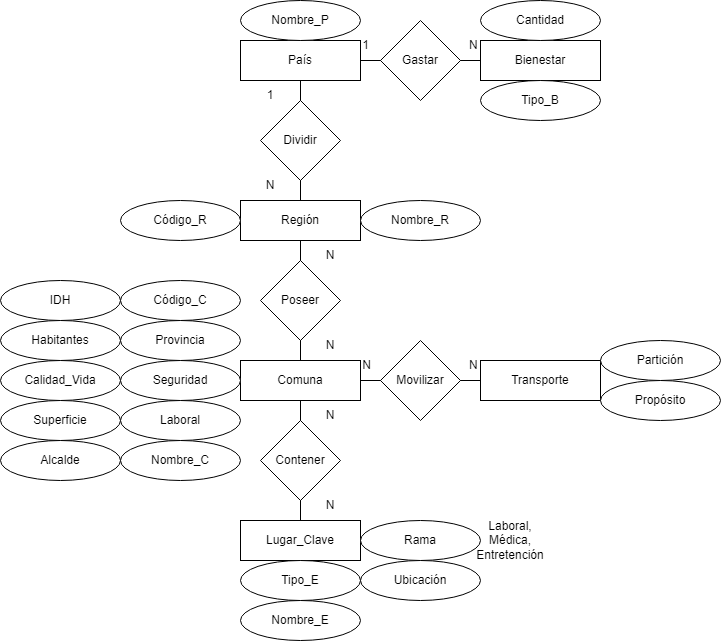
Above: Comunas.png in azurite-12/INFO133-equipo19 (draw.io), before the change. Source tidied: cells renumbered, new cells last; positions are measured from the earlier drawing's top-left corner, leaving out a move shared by most shapes.
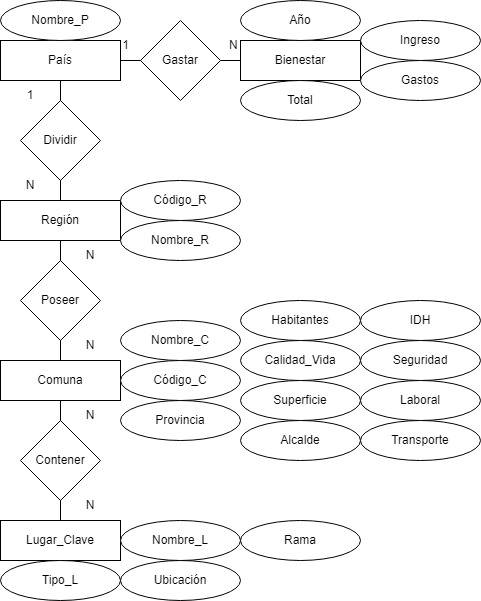
Above is the later version.

Change to the diagram source:
```diff
@@ -5,72 +5,72 @@
     <mxCell id="2" style="rounded=0;whiteSpace=wrap;html=1;" parent="1" vertex="1">
-      <mxGeometry x="240" y="200" width="120" height="40" as="geometry" />
+      <mxGeometry x="80" y="200" width="120" height="40" as="geometry" />
     </mxCell>
     <mxCell id="3" style="rounded=0;whiteSpace=wrap;html=1;" parent="1" vertex="1">
-      <mxGeometry x="240" y="360" width="120" height="40" as="geometry" />
+      <mxGeometry x="80" y="360" width="120" height="40" as="geometry" />
     </mxCell>
     <mxCell id="4" value="Comuna" style="text;html=1;strokeColor=none;fillColor=none;align=center;verticalAlign=middle;whiteSpace=wrap;rounded=0;" parent="1" vertex="1">
-      <mxGeometry x="240" y="360" width="120" height="40" as="geometry" />
+      <mxGeometry x="80" y="360" width="120" height="40" as="geometry" />
     </mxCell>
     <mxCell id="5" style="ellipse;whiteSpace=wrap;html=1;" parent="1" vertex="1">
-      <mxGeometry x="120" y="280" width="120" height="40" as="geometry" />
+      <mxGeometry x="200" y="360" width="120" height="40" as="geometry" />
     </mxCell>
     <mxCell id="6" value="Código_C" style="text;html=1;strokeColor=none;fillColor=none;align=center;verticalAlign=middle;whiteSpace=wrap;rounded=0;" parent="1" vertex="1">
-      <mxGeometry x="120" y="280" width="120" height="40" as="geometry" />
+      <mxGeometry x="200" y="360" width="120" height="40" as="geometry" />
     </mxCell>
     <mxCell id="7" value="Región" style="text;html=1;strokeColor=none;fillColor=none;align=center;verticalAlign=middle;whiteSpace=wrap;rounded=0;" parent="1" vertex="1">
-      <mxGeometry x="240" y="200" width="120" height="40" as="geometry" />
+      <mxGeometry x="80" y="200" width="120" height="40" as="geometry" />
     </mxCell>
     <mxCell id="8" style="ellipse;whiteSpace=wrap;html=1;" parent="1" vertex="1">
-      <mxGeometry x="120" y="320" width="120" height="40" as="geometry" />
+      <mxGeometry x="200" y="400" width="120" height="40" as="geometry" />
     </mxCell>
     <mxCell id="9" value="Provincia" style="text;html=1;strokeColor=none;fillColor=none;align=center;verticalAlign=middle;whiteSpace=wrap;rounded=0;" parent="1" vertex="1">
-      <mxGeometry x="120" y="320" width="120" height="40" as="geometry" />
+      <mxGeometry x="200" y="400" width="120" height="40" as="geometry" />
     </mxCell>
     <mxCell id="10" style="ellipse;whiteSpace=wrap;html=1;" parent="1" vertex="1">
-      <mxGeometry x="120" y="440" width="120" height="40" as="geometry" />
+      <mxGeometry x="200" y="320" width="120" height="40" as="geometry" />
     </mxCell>
     <mxCell id="11" value="Nombre_C" style="text;html=1;strokeColor=none;fillColor=none;align=center;verticalAlign=middle;whiteSpace=wrap;rounded=0;" parent="1" vertex="1">
-      <mxGeometry x="120" y="440" width="120" height="40" as="geometry" />
+      <mxGeometry x="200" y="320" width="120" height="40" as="geometry" />
     </mxCell>
     <mxCell id="12" style="ellipse;whiteSpace=wrap;html=1;" parent="1" vertex="1">
-      <mxGeometry y="400" width="120" height="40" as="geometry" />
+      <mxGeometry x="320" y="380" width="120" height="40" as="geometry" />
     </mxCell>
     <mxCell id="13" value="Superficie" style="text;html=1;strokeColor=none;fillColor=none;align=center;verticalAlign=middle;whiteSpace=wrap;rounded=0;" parent="1" vertex="1">
-      <mxGeometry y="400" width="120" height="40" as="geometry" />
+      <mxGeometry x="320" y="380" width="120" height="40" as="geometry" />
     </mxCell>
     <mxCell id="14" style="ellipse;whiteSpace=wrap;html=1;" parent="1" vertex="1">
-      <mxGeometry y="320" width="120" height="40" as="geometry" />
+      <mxGeometry x="320" y="300" width="120" height="40" as="geometry" />
     </mxCell>
     <mxCell id="15" value="Habitantes" style="text;html=1;strokeColor=none;fillColor=none;align=center;verticalAlign=middle;whiteSpace=wrap;rounded=0;" parent="1" vertex="1">
-      <mxGeometry y="320" width="120" height="40" as="geometry" />
+      <mxGeometry x="320" y="300" width="120" height="40" as="geometry" />
     </mxCell>
     <mxCell id="16" style="ellipse;whiteSpace=wrap;html=1;" parent="1" vertex="1">
-      <mxGeometry y="280" width="120" height="40" as="geometry" />
+      <mxGeometry x="440" y="300" width="120" height="40" as="geometry" />
     </mxCell>
     <mxCell id="17" value="IDH" style="text;html=1;strokeColor=none;fillColor=none;align=center;verticalAlign=middle;whiteSpace=wrap;rounded=0;" parent="1" vertex="1">
-      <mxGeometry y="280" width="120" height="40" as="geometry" />
+      <mxGeometry x="440" y="300" width="120" height="40" as="geometry" />
     </mxCell>
     <mxCell id="18" style="ellipse;whiteSpace=wrap;html=1;" parent="1" vertex="1">
-      <mxGeometry x="360" y="200" width="120" height="40" as="geometry" />
+      <mxGeometry x="200" y="220" width="120" height="40" as="geometry" />
     </mxCell>
     <mxCell id="19" value="Nombre_R" style="text;html=1;strokeColor=none;fillColor=none;align=center;verticalAlign=middle;whiteSpace=wrap;rounded=0;" parent="1" vertex="1">
-      <mxGeometry x="360" y="200" width="120" height="40" as="geometry" />
+      <mxGeometry x="200" y="220" width="120" height="40" as="geometry" />
     </mxCell>
     <mxCell id="20" style="ellipse;whiteSpace=wrap;html=1;" parent="1" vertex="1">
-      <mxGeometry x="120" y="200" width="120" height="40" as="geometry" />
+      <mxGeometry x="200" y="180" width="120" height="40" as="geometry" />
     </mxCell>
     <mxCell id="21" value="Código_R" style="text;html=1;strokeColor=none;fillColor=none;align=center;verticalAlign=middle;whiteSpace=wrap;rounded=0;" parent="1" vertex="1">
-      <mxGeometry x="120" y="200" width="120" height="40" as="geometry" />
+      <mxGeometry x="200" y="180" width="120" height="40" as="geometry" />
     </mxCell>
     <mxCell id="22" style="rounded=0;whiteSpace=wrap;html=1;" parent="1" vertex="1">
-      <mxGeometry x="240" y="40" width="120" height="40" as="geometry" />
+      <mxGeometry x="80" y="40" width="120" height="40" as="geometry" />
     </mxCell>
     <mxCell id="23" value="País" style="text;html=1;strokeColor=none;fillColor=none;align=center;verticalAlign=middle;whiteSpace=wrap;rounded=0;" parent="1" vertex="1">
-      <mxGeometry x="240" y="40" width="120" height="40" as="geometry" />
+      <mxGeometry x="80" y="40" width="120" height="40" as="geometry" />
     </mxCell>
     <mxCell id="24" style="ellipse;whiteSpace=wrap;html=1;" parent="1" vertex="1">
-      <mxGeometry x="240" width="120" height="40" as="geometry" />
+      <mxGeometry x="80" width="120" height="40" as="geometry" />
     </mxCell>
     <mxCell id="25" value="Nombre_P" style="text;html=1;strokeColor=none;fillColor=none;align=center;verticalAlign=middle;whiteSpace=wrap;rounded=0;" parent="1" vertex="1">
-      <mxGeometry x="240" width="120" height="40" as="geometry" />
+      <mxGeometry x="80" width="120" height="40" as="geometry" />
     </mxCell>
@@ -83,45 +83,45 @@
     <mxCell id="28" style="rhombus;whiteSpace=wrap;html=1;" parent="1" vertex="1">
-      <mxGeometry x="260" y="100" width="80" height="80" as="geometry" />
+      <mxGeometry x="100" y="100" width="80" height="80" as="geometry" />
     </mxCell>
     <mxCell id="29" value="Dividir" style="text;html=1;strokeColor=none;fillColor=none;align=center;verticalAlign=middle;whiteSpace=wrap;rounded=0;" parent="1" vertex="1">
-      <mxGeometry x="270" y="125" width="60" height="30" as="geometry" />
+      <mxGeometry x="110" y="125" width="60" height="30" as="geometry" />
     </mxCell>
     <mxCell id="30" style="rhombus;whiteSpace=wrap;html=1;" parent="1" vertex="1">
-      <mxGeometry x="260" y="260" width="80" height="80" as="geometry" />
+      <mxGeometry x="100" y="260" width="80" height="80" as="geometry" />
     </mxCell>
     <mxCell id="31" value="Poseer" style="text;html=1;strokeColor=none;fillColor=none;align=center;verticalAlign=middle;whiteSpace=wrap;rounded=0;" parent="1" vertex="1">
-      <mxGeometry x="270" y="285" width="60" height="30" as="geometry" />
+      <mxGeometry x="110" y="285" width="60" height="30" as="geometry" />
     </mxCell>
     <mxCell id="32" value="1" style="text;html=1;strokeColor=none;fillColor=none;align=center;verticalAlign=middle;whiteSpace=wrap;rounded=0;" parent="1" vertex="1">
-      <mxGeometry x="240" y="80" width="60" height="30" as="geometry" />
+      <mxGeometry x="80" y="80" width="60" height="30" as="geometry" />
     </mxCell>
     <mxCell id="33" value="N" style="text;html=1;strokeColor=none;fillColor=none;align=center;verticalAlign=middle;whiteSpace=wrap;rounded=0;" parent="1" vertex="1">
-      <mxGeometry x="240" y="170" width="60" height="30" as="geometry" />
+      <mxGeometry x="80" y="170" width="60" height="30" as="geometry" />
     </mxCell>
     <mxCell id="34" value="N" style="text;html=1;strokeColor=none;fillColor=none;align=center;verticalAlign=middle;whiteSpace=wrap;rounded=0;" parent="1" vertex="1">
-      <mxGeometry x="300" y="240" width="60" height="30" as="geometry" />
+      <mxGeometry x="140" y="240" width="60" height="30" as="geometry" />
     </mxCell>
     <mxCell id="35" value="N" style="text;html=1;strokeColor=none;fillColor=none;align=center;verticalAlign=middle;whiteSpace=wrap;rounded=0;" parent="1" vertex="1">
-      <mxGeometry x="300" y="330" width="60" height="30" as="geometry" />
+      <mxGeometry x="140" y="330" width="60" height="30" as="geometry" />
     </mxCell>
     <mxCell id="36" style="ellipse;whiteSpace=wrap;html=1;" parent="1" vertex="1">
-      <mxGeometry x="120" y="360" width="120" height="40" as="geometry" />
+      <mxGeometry x="440" y="340" width="120" height="40" as="geometry" />
     </mxCell>
     <mxCell id="37" value="Seguridad" style="text;html=1;strokeColor=none;fillColor=none;align=center;verticalAlign=middle;whiteSpace=wrap;rounded=0;" parent="1" vertex="1">
-      <mxGeometry x="120" y="360" width="120" height="40" as="geometry" />
+      <mxGeometry x="440" y="340" width="120" height="40" as="geometry" />
     </mxCell>
     <mxCell id="38" style="ellipse;whiteSpace=wrap;html=1;" parent="1" vertex="1">
-      <mxGeometry y="440" width="120" height="40" as="geometry" />
+      <mxGeometry x="320" y="420" width="120" height="40" as="geometry" />
     </mxCell>
     <mxCell id="39" value="Alcalde" style="text;html=1;strokeColor=none;fillColor=none;align=center;verticalAlign=middle;whiteSpace=wrap;rounded=0;" parent="1" vertex="1">
-      <mxGeometry y="440" width="120" height="40" as="geometry" />
+      <mxGeometry x="320" y="420" width="120" height="40" as="geometry" />
     </mxCell>
     <mxCell id="40" style="ellipse;whiteSpace=wrap;html=1;" parent="1" vertex="1">
-      <mxGeometry x="120" y="400" width="120" height="40" as="geometry" />
+      <mxGeometry x="440" y="380" width="120" height="40" as="geometry" />
     </mxCell>
     <mxCell id="41" value="Laboral" style="text;html=1;strokeColor=none;fillColor=none;align=center;verticalAlign=middle;whiteSpace=wrap;rounded=0;" parent="1" vertex="1">
-      <mxGeometry x="120" y="400" width="120" height="40" as="geometry" />
+      <mxGeometry x="440" y="380" width="120" height="40" as="geometry" />
     </mxCell>
     <mxCell id="42" style="rounded=0;whiteSpace=wrap;html=1;" parent="1" vertex="1">
-      <mxGeometry x="480" y="40" width="120" height="40" as="geometry" />
+      <mxGeometry x="320" y="40" width="120" height="40" as="geometry" />
     </mxCell>
@@ -131,97 +131,58 @@
     <mxCell id="44" style="rhombus;whiteSpace=wrap;html=1;" parent="1" vertex="1">
-      <mxGeometry x="380" y="20" width="80" height="80" as="geometry" />
+      <mxGeometry x="220" y="20" width="80" height="80" as="geometry" />
     </mxCell>
     <mxCell id="45" value="Gastar" style="text;html=1;strokeColor=none;fillColor=none;align=center;verticalAlign=middle;whiteSpace=wrap;rounded=0;" parent="1" vertex="1">
-      <mxGeometry x="390" y="45" width="60" height="30" as="geometry" />
+      <mxGeometry x="230" y="45" width="60" height="30" as="geometry" />
     </mxCell>
     <mxCell id="46" value="Bienestar" style="text;html=1;strokeColor=none;fillColor=none;align=center;verticalAlign=middle;whiteSpace=wrap;rounded=0;" parent="1" vertex="1">
-      <mxGeometry x="480" y="40" width="120" height="40" as="geometry" />
+      <mxGeometry x="320" y="40" width="120" height="40" as="geometry" />
     </mxCell>
-    <mxCell id="47" style="ellipse;whiteSpace=wrap;html=1;" parent="1" vertex="1">
-      <mxGeometry x="480" width="120" height="40" as="geometry" />
-    </mxCell>
-    <mxCell id="48" value="Cantidad" style="text;html=1;strokeColor=none;fillColor=none;align=center;verticalAlign=middle;whiteSpace=wrap;rounded=0;" parent="1" vertex="1">
-      <mxGeometry x="480" width="120" height="40" as="geometry" />
-    </mxCell>
     <mxCell id="49" style="ellipse;whiteSpace=wrap;html=1;" parent="1" vertex="1">
-      <mxGeometry x="480" y="80" width="120" height="40" as="geometry" />
+      <mxGeometry x="320" width="120" height="40" as="geometry" />
     </mxCell>
-    <mxCell id="50" value="Tipo_B" style="text;html=1;strokeColor=none;fillColor=none;align=center;verticalAlign=middle;whiteSpace=wrap;rounded=0;" parent="1" vertex="1">
-      <mxGeometry x="480" y="80" width="120" height="40" as="geometry" />
+    <mxCell id="50" value="Año" style="text;html=1;strokeColor=none;fillColor=none;align=center;verticalAlign=middle;whiteSpace=wrap;rounded=0;" parent="1" vertex="1">
+      <mxGeometry x="320" width="120" height="40" as="geometry" />
     </mxCell>
     <mxCell id="51" value="1&lt;span style=&quot;white-space: pre;&quot;&gt;&#9;&lt;/span&gt;&lt;span style=&quot;white-space: pre;&quot;&gt;&#9;&lt;/span&gt;&lt;span style=&quot;white-space: pre;&quot;&gt;&#9;&lt;/span&gt;&lt;span style=&quot;white-space: pre;&quot;&gt;&#9;&lt;/span&gt;N" style="text;html=1;strokeColor=none;fillColor=none;align=center;verticalAlign=middle;whiteSpace=wrap;rounded=0;" parent="1" vertex="1">
-      <mxGeometry x="360" y="30" width="120" height="30" as="geometry" />
+      <mxGeometry x="200" y="30" width="120" height="30" as="geometry" />
     </mxCell>
     <mxCell id="52" style="ellipse;whiteSpace=wrap;html=1;" parent="1" vertex="1">
-      <mxGeometry y="360" width="120" height="40" as="geometry" />
+      <mxGeometry x="320" y="340" width="120" height="40" as="geometry" />
     </mxCell>
     <mxCell id="53" value="Calidad_Vida" style="text;html=1;strokeColor=none;fillColor=none;align=center;verticalAlign=middle;whiteSpace=wrap;rounded=0;" parent="1" vertex="1">
-      <mxGeometry y="360" width="120" height="40" as="geometry" />
+      <mxGeometry x="320" y="340" width="120" height="40" as="geometry" />
     </mxCell>
     <mxCell id="54" style="rounded=0;whiteSpace=wrap;html=1;" parent="1" vertex="1">
-      <mxGeometry x="240" y="520" width="120" height="40" as="geometry" />
+      <mxGeometry x="80" y="520" width="120" height="40" as="geometry" />
     </mxCell>
     <mxCell id="55" value="Lugar_Clave" style="text;html=1;strokeColor=none;fillColor=none;align=center;verticalAlign=middle;whiteSpace=wrap;rounded=0;" parent="1" vertex="1">
-      <mxGeometry x="240" y="520" width="120" height="40" as="geometry" />
+      <mxGeometry x="80" y="520" width="120" height="40" as="geometry" />
     </mxCell>
     <mxCell id="56" style="ellipse;whiteSpace=wrap;html=1;" parent="1" vertex="1">
-      <mxGeometry x="240" y="560" width="120" height="40" as="geometry" />
+      <mxGeometry x="80" y="560" width="120" height="40" as="geometry" />
     </mxCell>
-    <mxCell id="57" value="Tipo_E" style="text;html=1;strokeColor=none;fillColor=none;align=center;verticalAlign=middle;whiteSpace=wrap;rounded=0;" parent="1" vertex="1">
-      <mxGeometry x="240" y="560" width="120" height="40" as="geometry" />
+    <mxCell id="57" value="Tipo_L" style="text;html=1;strokeColor=none;fillColor=none;align=center;verticalAlign=middle;whiteSpace=wrap;rounded=0;" parent="1" vertex="1">
+      <mxGeometry x="80" y="560" width="120" height="40" as="geometry" />
     </mxCell>
     <mxCell id="58" style="ellipse;whiteSpace=wrap;html=1;" parent="1" vertex="1">
-      <mxGeometry x="240" y="600" width="120" height="40" as="geometry" />
+      <mxGeometry x="200" y="520" width="120" height="40" as="geometry" />
     </mxCell>
-    <mxCell id="59" value="Nombre_E" style="text;html=1;strokeColor=none;fillColor=none;align=center;verticalAlign=middle;whiteSpace=wrap;rounded=0;" parent="1" vertex="1">
-      <mxGeometry x="240" y="600" width="120" height="40" as="geometry" />
+    <mxCell id="59" value="Nombre_L" style="text;html=1;strokeColor=none;fillColor=none;align=center;verticalAlign=middle;whiteSpace=wrap;rounded=0;" parent="1" vertex="1">
+      <mxGeometry x="200" y="520" width="120" height="40" as="geometry" />
     </mxCell>
     <mxCell id="60" style="ellipse;whiteSpace=wrap;html=1;" parent="1" vertex="1">
-      <mxGeometry x="360" y="560" width="120" height="40" as="geometry" />
+      <mxGeometry x="200" y="560" width="120" height="40" as="geometry" />
     </mxCell>
     <mxCell id="61" value="Ubicación" style="text;html=1;strokeColor=none;fillColor=none;align=center;verticalAlign=middle;whiteSpace=wrap;rounded=0;" parent="1" vertex="1">
-      <mxGeometry x="360" y="560" width="120" height="40" as="geometry" />
+      <mxGeometry x="200" y="560" width="120" height="40" as="geometry" />
     </mxCell>
     <mxCell id="62" style="ellipse;whiteSpace=wrap;html=1;" parent="1" vertex="1">
-      <mxGeometry x="360" y="520" width="120" height="40" as="geometry" />
+      <mxGeometry x="320" y="520" width="120" height="40" as="geometry" />
     </mxCell>
     <mxCell id="63" value="Rama" style="text;html=1;strokeColor=none;fillColor=none;align=center;verticalAlign=middle;whiteSpace=wrap;rounded=0;" parent="1" vertex="1">
-      <mxGeometry x="360" y="520" width="120" height="40" as="geometry" />
+      <mxGeometry x="320" y="520" width="120" height="40" as="geometry" />
     </mxCell>
-    <mxCell id="64" style="rounded=0;whiteSpace=wrap;html=1;" parent="1" vertex="1">
-      <mxGeometry x="480" y="360" width="120" height="40" as="geometry" />
-    </mxCell>
-    <mxCell id="65" value="Transporte" style="text;html=1;strokeColor=none;fillColor=none;align=center;verticalAlign=middle;whiteSpace=wrap;rounded=0;" parent="1" vertex="1">
-      <mxGeometry x="480" y="360" width="120" height="40" as="geometry" />
-    </mxCell>
-    <mxCell id="66" style="ellipse;whiteSpace=wrap;html=1;" parent="1" vertex="1">
-      <mxGeometry x="600" y="380" width="120" height="40" as="geometry" />
-    </mxCell>
-    <mxCell id="67" value="Propósito" style="text;html=1;strokeColor=none;fillColor=none;align=center;verticalAlign=middle;whiteSpace=wrap;rounded=0;" parent="1" vertex="1">
-      <mxGeometry x="600" y="380" width="120" height="40" as="geometry" />
-    </mxCell>
-    <mxCell id="68" style="ellipse;whiteSpace=wrap;html=1;" parent="1" vertex="1">
-      <mxGeometry x="600" y="340" width="120" height="40" as="geometry" />
-    </mxCell>
-    <mxCell id="69" value="Partición" style="text;html=1;strokeColor=none;fillColor=none;align=center;verticalAlign=middle;whiteSpace=wrap;rounded=0;" parent="1" vertex="1">
-      <mxGeometry x="600" y="340" width="120" height="40" as="geometry" />
-    </mxCell>
-    <mxCell id="70" value="Laboral, Médica, Entretención" style="text;html=1;strokeColor=none;fillColor=none;align=center;verticalAlign=middle;whiteSpace=wrap;rounded=0;" parent="1" vertex="1">
-      <mxGeometry x="480" y="525" width="60" height="30" as="geometry" />
-    </mxCell>
-    <mxCell id="71" style="endArrow=none;html=1;rounded=0;exitX=1;exitY=0.5;exitDx=0;exitDy=0;entryX=0;entryY=0.5;entryDx=0;entryDy=0;" parent="1" edge="1" source="4" target="65">
-      <mxGeometry relative="1" as="geometry" />
-    </mxCell>
-    <mxCell id="72" style="rhombus;whiteSpace=wrap;html=1;" parent="1" vertex="1">
-      <mxGeometry x="380" y="340" width="80" height="80" as="geometry" />
-    </mxCell>
-    <mxCell id="73" value="Movilizar" style="text;html=1;strokeColor=none;fillColor=none;align=center;verticalAlign=middle;whiteSpace=wrap;rounded=0;" parent="1" vertex="1">
-      <mxGeometry x="390" y="365" width="60" height="30" as="geometry" />
-    </mxCell>
-    <mxCell id="74" value="N&lt;span style=&quot;white-space: pre;&quot;&gt;&#9;&lt;/span&gt;&lt;span style=&quot;white-space: pre;&quot;&gt;&#9;&lt;/span&gt;&lt;span style=&quot;white-space: pre;&quot;&gt;&#9;&lt;/span&gt;&lt;span style=&quot;white-space: pre;&quot;&gt;&#9;&lt;/span&gt;N" style="text;html=1;strokeColor=none;fillColor=none;align=center;verticalAlign=middle;whiteSpace=wrap;rounded=0;" parent="1" vertex="1">
-      <mxGeometry x="360" y="350" width="120" height="30" as="geometry" />
-    </mxCell>
     <mxCell id="75" style="endArrow=none;html=1;rounded=0;entryX=0.5;entryY=1;entryDx=0;entryDy=0;" parent="1" edge="1" target="4">
       <mxGeometry relative="1" as="geometry">
-        <mxPoint x="300" y="520" as="sourcePoint" />
+        <mxPoint x="140" y="520" as="sourcePoint" />
       </mxGeometry>
@@ -229,13 +190,37 @@
     <mxCell id="76" style="rhombus;whiteSpace=wrap;html=1;" parent="1" vertex="1">
-      <mxGeometry x="260" y="420" width="80" height="80" as="geometry" />
+      <mxGeometry x="100" y="420" width="80" height="80" as="geometry" />
     </mxCell>
     <mxCell id="77" value="N" style="text;html=1;strokeColor=none;fillColor=none;align=center;verticalAlign=middle;whiteSpace=wrap;rounded=0;" parent="1" vertex="1">
-      <mxGeometry x="300" y="400" width="60" height="30" as="geometry" />
+      <mxGeometry x="140" y="400" width="60" height="30" as="geometry" />
     </mxCell>
     <mxCell id="78" value="N" style="text;html=1;strokeColor=none;fillColor=none;align=center;verticalAlign=middle;whiteSpace=wrap;rounded=0;" parent="1" vertex="1">
-      <mxGeometry x="300" y="490" width="60" height="30" as="geometry" />
+      <mxGeometry x="140" y="490" width="60" height="30" as="geometry" />
     </mxCell>
     <mxCell id="79" value="Contener" style="text;html=1;strokeColor=none;fillColor=none;align=center;verticalAlign=middle;whiteSpace=wrap;rounded=0;" parent="1" vertex="1">
-      <mxGeometry x="260" y="445" width="80" height="30" as="geometry" />
+      <mxGeometry x="100" y="445" width="80" height="30" as="geometry" />
     </mxCell>
+    <mxCell id="80" style="ellipse;whiteSpace=wrap;html=1;" parent="1" vertex="1">
+      <mxGeometry x="440" y="20" width="120" height="40" as="geometry" />
+    </mxCell>
+    <mxCell id="81" value="Ingreso" style="text;html=1;strokeColor=none;fillColor=none;align=center;verticalAlign=middle;whiteSpace=wrap;rounded=0;" parent="1" vertex="1">
+      <mxGeometry x="440" y="20" width="120" height="40" as="geometry" />
+    </mxCell>
+    <mxCell id="82" style="ellipse;whiteSpace=wrap;html=1;" parent="1" vertex="1">
+      <mxGeometry x="440" y="60" width="120" height="40" as="geometry" />
+    </mxCell>
+    <mxCell id="83" value="Gastos" style="text;html=1;strokeColor=none;fillColor=none;align=center;verticalAlign=middle;whiteSpace=wrap;rounded=0;" parent="1" vertex="1">
+      <mxGeometry x="440" y="60" width="120" height="40" as="geometry" />
+    </mxCell>
+    <mxCell id="84" style="ellipse;whiteSpace=wrap;html=1;" parent="1" vertex="1">
+      <mxGeometry x="320" y="80" width="120" height="40" as="geometry" />
+    </mxCell>
+    <mxCell id="85" value="Total" style="text;html=1;strokeColor=none;fillColor=none;align=center;verticalAlign=middle;whiteSpace=wrap;rounded=0;" parent="1" vertex="1">
+      <mxGeometry x="320" y="80" width="120" height="40" as="geometry" />
+    </mxCell>
+    <mxCell id="86" style="ellipse;whiteSpace=wrap;html=1;" parent="1" vertex="1">
+      <mxGeometry x="440" y="420" width="120" height="40" as="geometry" />
+    </mxCell>
+    <mxCell id="65" value="Transporte" style="text;html=1;strokeColor=none;fillColor=none;align=center;verticalAlign=middle;whiteSpace=wrap;rounded=0;" parent="1" vertex="1">
+      <mxGeometry x="440" y="420" width="120" height="40" as="geometry" />
+    </mxCell>
   </root>
```
